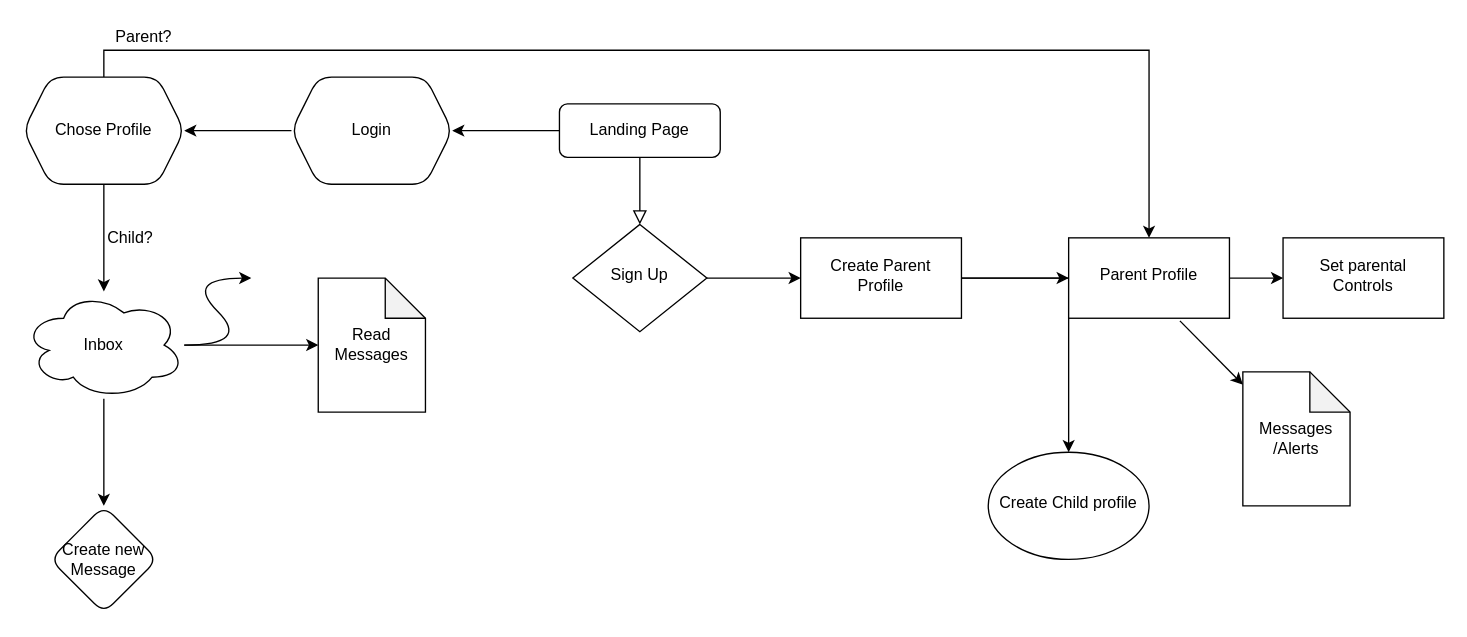
Above: Untitled Diagram.drawio in Samicap/Final-Project (draw.io), before the change. Source tidied: cells renumbered, new cells numbered last; positions are measured from the earlier drawing's top-left corner, leaving out a move shared by most shapes. Both pictures are drawn from the tidied source at 134%, with x=0, y=0 at pixel (23, 23).
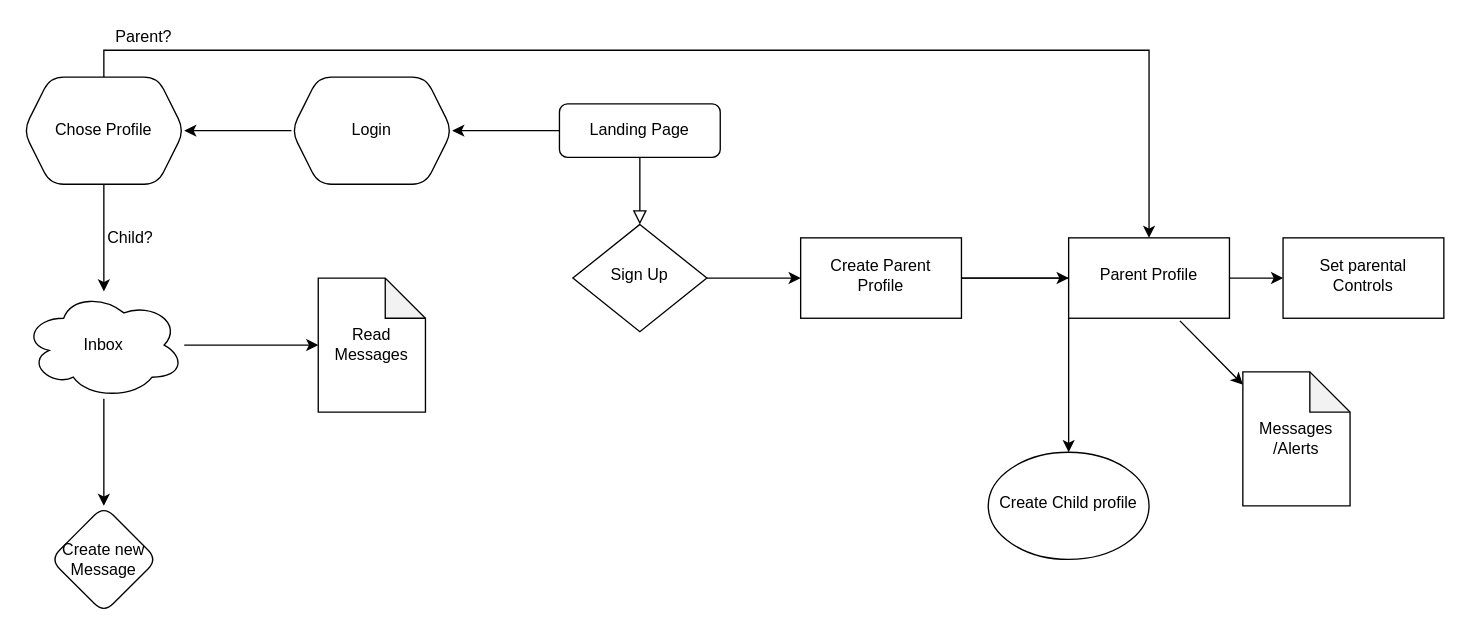
After the change.

The edit, as a diff of the source:
```diff
@@
-    <mxCell id="26" style="curved=1;endArrow=classic;html=1;" parent="1" edge="1">
-      <mxGeometry relative="1" as="geometry">
-        <mxPoint x="120" y="240" as="sourcePoint" />
-        <mxPoint x="170" y="190" as="targetPoint" />
-        <Array as="points">
-          <mxPoint x="170" y="240" />
-          <mxPoint x="120" y="190" />
-        </Array>
-      </mxGeometry>
-    </mxCell>
```
